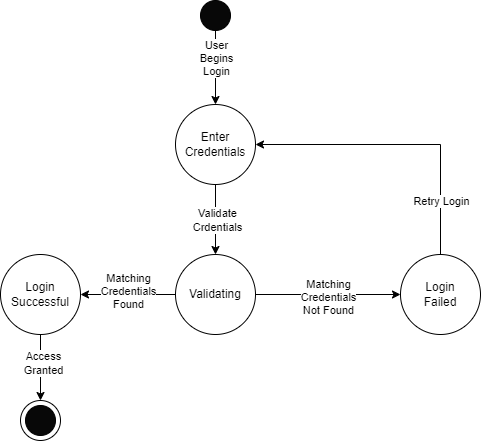
SENG-350-2024-fall/Team5 keeps this draw.io diagram as Milestone2/Diagrams/pngs/StateMachine_Login.drawio.png. Above is the earlier version. Source tidied: cells renumbered, new cells last; positions are measured from the earlier drawing's top-left corner, leaving out a move shared by most shapes.
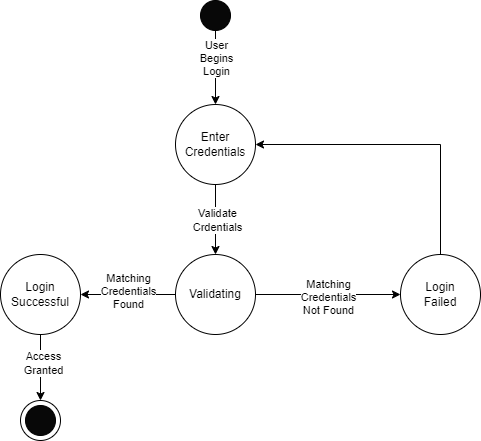
After the commit.

Change to the diagram source:
```diff
@@ -49,9 +49,6 @@
     <mxCell id="16" style="edgeStyle=orthogonalEdgeStyle;rounded=0;jettySize=auto;html=1;exitX=0.5;exitY=0;exitDx=0;exitDy=0;entryX=1;entryY=0.5;entryDx=0;entryDy=0;" parent="1" edge="1" source="18" target="10">
       <mxGeometry relative="1" as="geometry" />
     </mxCell>
-    <mxCell id="17" value="Retry Login" style="edgeLabel;html=1;align=center;verticalAlign=middle;" parent="16" vertex="1">
-      <mxGeometry x="-0.63" relative="1" as="geometry" />
-    </mxCell>
     <mxCell id="18" value="Login&lt;div&gt;Failed&lt;/div&gt;" style="ellipse;whiteSpace=wrap;html=1;" parent="1" vertex="1">
       <mxGeometry x="400" y="254" width="80" height="80" as="geometry" />
     </mxCell>
```
